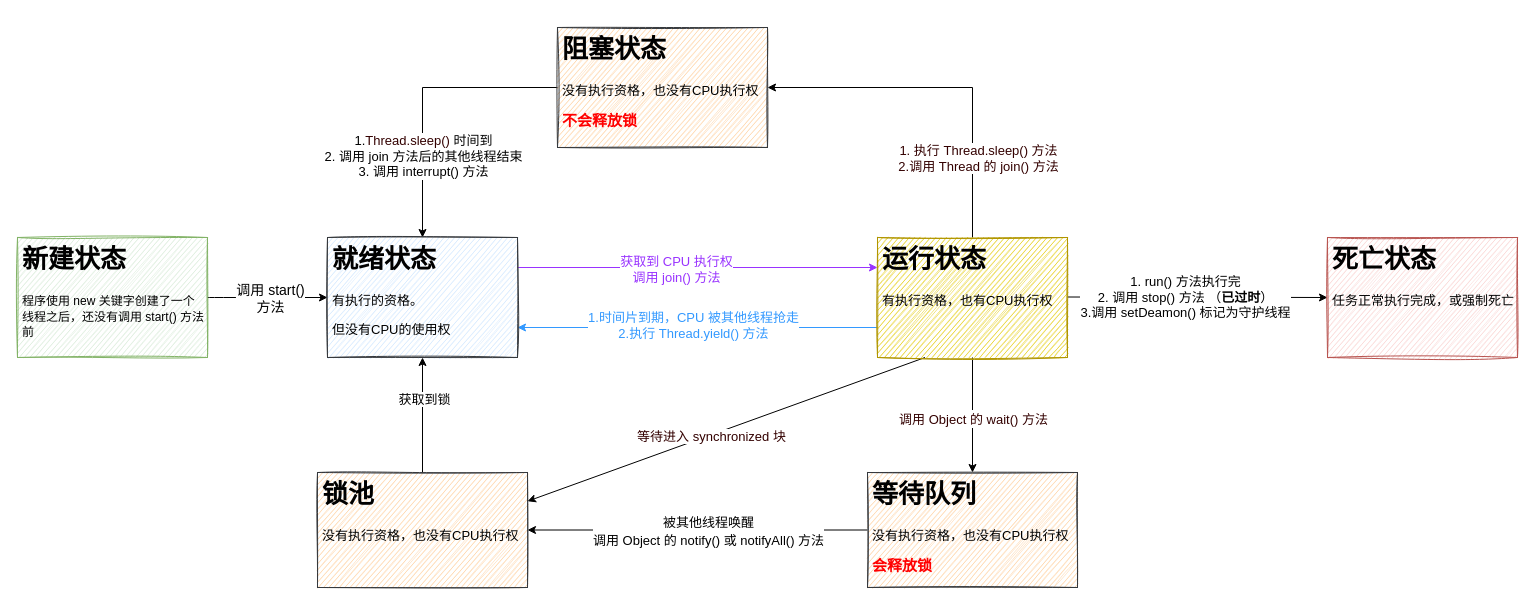
Earlier version of the draw.io diagram resources/attachments/并发编程/并发编程笔记-流程图.drawio (MooNkirA/code-learning-note). Source tidied: cells renumbered, new cells numbered last; positions are measured from the earlier drawing's top-left corner, leaving out a move shared by most shapes. Both pictures are drawn from the tidied source at 100%, with x=0, y=0 at pixel (17, 27).
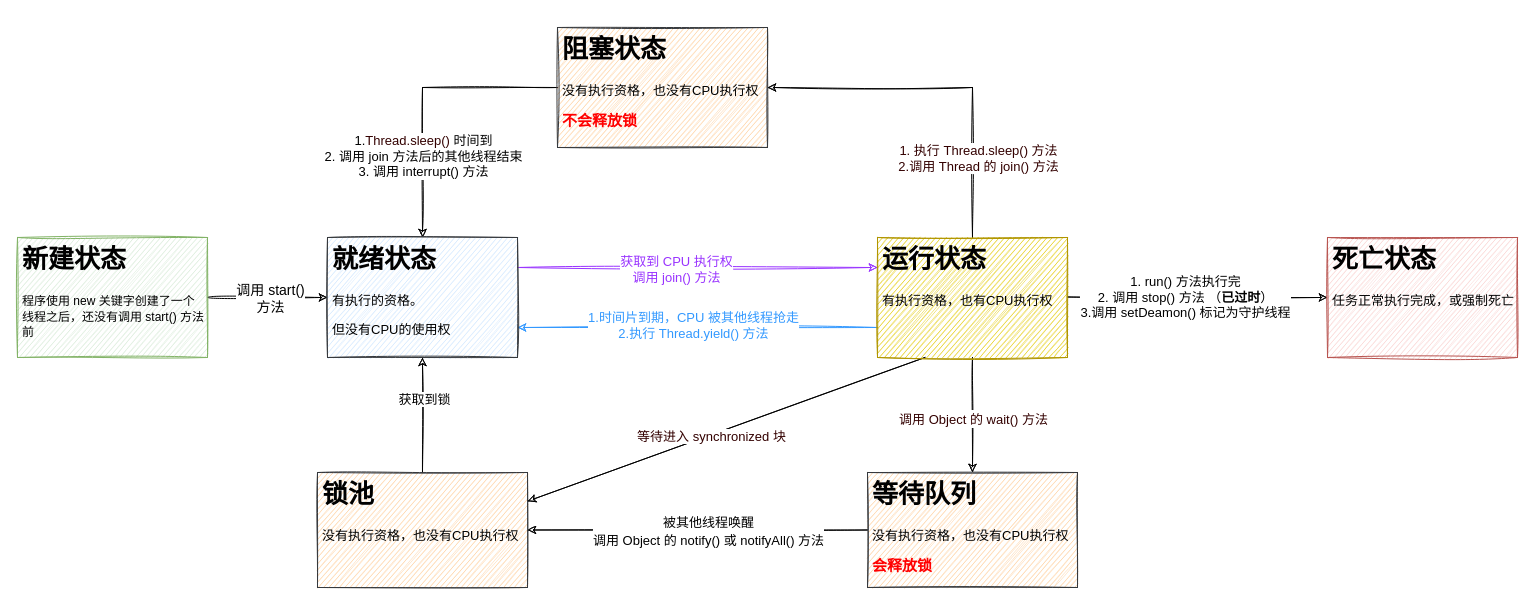
Above is the later version.

The change refers to these unchanged cells:
```xml
<mxCell id="14" value="&lt;h1&gt;就绪状态&lt;/h1&gt;&lt;p&gt;有执行的资格。&lt;/p&gt;&lt;p&gt;但没有CPU的使用权&lt;/p&gt;" style="text;html=1;strokeColor=#36393d;fillColor=#cce5ff;spacing=5;spacingTop=-20;whiteSpace=wrap;overflow=hidden;rounded=0;fontSize=13;shadow=0;glass=0;sketch=1;" parent="1" vertex="1">
  <mxGeometry x="310" y="210" width="190" height="120" as="geometry" />
</mxCell>
<mxCell id="15" value="&lt;h1&gt;新建状态&lt;/h1&gt;&lt;p&gt;&lt;span style=&quot;color: rgb(0, 0, 0); font-size: 12px;&quot;&gt;程序使用 new 关键字创建了一个线程之后，还没有调用 start() 方法前&lt;/span&gt;&lt;br&gt;&lt;/p&gt;" style="text;html=1;strokeColor=#82b366;fillColor=#d5e8d4;spacing=5;spacingTop=-20;whiteSpace=wrap;overflow=hidden;rounded=0;fontSize=13;shadow=0;sketch=1;glass=0;" parent="1" vertex="1">
  <mxGeometry y="210" width="190" height="120" as="geometry" />
</mxCell>
<mxCell id="16" value="&lt;h1&gt;阻塞状态&lt;/h1&gt;&lt;p&gt;没有执行资格，也&lt;span style=&quot;background-color: initial;&quot;&gt;没有CPU执行权&lt;/span&gt;&lt;/p&gt;&lt;p&gt;&lt;b style=&quot;color: rgb(255, 0, 0); font-size: 15px;&quot;&gt;不会释放锁&lt;/b&gt;&lt;span style=&quot;background-color: initial;&quot;&gt;&lt;br&gt;&lt;/span&gt;&lt;/p&gt;" style="text;html=1;strokeColor=#36393d;fillColor=#ffcc99;spacing=5;spacingTop=-20;whiteSpace=wrap;overflow=hidden;rounded=0;fontSize=13;shadow=0;glass=0;sketch=1;" parent="1" vertex="1">
  <mxGeometry x="540" width="210" height="120" as="geometry" />
</mxCell>
<mxCell id="21" value="&lt;h1&gt;运行状态&lt;/h1&gt;&lt;p&gt;有执行资格，也&lt;span style=&quot;background-color: initial;&quot;&gt;有CPU执行权&lt;/span&gt;&lt;br&gt;&lt;/p&gt;" style="text;html=1;strokeColor=#B09500;fillColor=#e3c800;spacing=5;spacingTop=-20;whiteSpace=wrap;overflow=hidden;rounded=0;fontSize=13;shadow=0;glass=0;sketch=1;fontColor=#000000;" parent="1" vertex="1">
  <mxGeometry x="860" y="210" width="190" height="120" as="geometry" />
</mxCell>
<mxCell id="22" value="&lt;h1&gt;&lt;font color=&quot;#000000&quot;&gt;死亡状态&lt;/font&gt;&lt;/h1&gt;&lt;p&gt;&lt;font color=&quot;#000000&quot;&gt;任务正常执行完成，或强制死亡&lt;/font&gt;&lt;/p&gt;" style="text;html=1;strokeColor=#b85450;fillColor=#f8cecc;spacing=5;spacingTop=-20;whiteSpace=wrap;overflow=hidden;rounded=0;fontSize=13;shadow=0;glass=0;sketch=1;" parent="1" vertex="1">
  <mxGeometry x="1310" y="210" width="190" height="120" as="geometry" />
</mxCell>
<mxCell id="25" value="&lt;h1&gt;等待队列&lt;/h1&gt;&lt;p&gt;没有执行资格，也&lt;span style=&quot;background-color: initial;&quot;&gt;没有CPU执行权&lt;/span&gt;&lt;/p&gt;&lt;p&gt;&lt;span style=&quot;background-color: initial;&quot;&gt;&lt;font size=&quot;1&quot; color=&quot;#ff0000&quot;&gt;&lt;b style=&quot;font-size: 15px;&quot;&gt;会释放锁&lt;/b&gt;&lt;/font&gt;&lt;/span&gt;&lt;/p&gt;" style="text;html=1;strokeColor=#36393d;fillColor=#ffcc99;spacing=5;spacingTop=-20;whiteSpace=wrap;overflow=hidden;rounded=0;fontSize=13;shadow=0;glass=0;sketch=1;" parent="1" vertex="1">
  <mxGeometry x="850" y="445" width="210" height="115" as="geometry" />
</mxCell>
<mxCell id="28" value="&lt;h1&gt;锁池&lt;/h1&gt;&lt;p&gt;没有执行资格，也&lt;span style=&quot;background-color: initial;&quot;&gt;没有CPU执行权&lt;/span&gt;&lt;/p&gt;" style="text;html=1;strokeColor=#36393d;fillColor=#ffcc99;spacing=5;spacingTop=-20;whiteSpace=wrap;overflow=hidden;rounded=0;fontSize=13;shadow=0;glass=0;sketch=1;" parent="1" vertex="1">
  <mxGeometry x="300" y="445" width="210" height="115" as="geometry" />
</mxCell>
```

What changed in the source:
```diff
@@
-    <mxCell id="2" style="edgeStyle=orthogonalEdgeStyle;curved=1;rounded=0;jettySize=auto;html=1;entryX=0;entryY=0.5;entryDx=0;entryDy=0;exitX=1;exitY=0.5;exitDx=0;exitDy=0;" parent="1" edge="1" source="15" target="14">
+    <mxCell id="2" style="edgeStyle=orthogonalEdgeStyle;curved=1;rounded=0;jettySize=auto;html=1;entryX=0;entryY=0.5;entryDx=0;entryDy=0;exitX=1;exitY=0.5;exitDx=0;exitDy=0;sketch=1;" parent="1" edge="1" source="15" target="14">
       <mxGeometry relative="1" as="geometry" />
     </mxCell>
@@
-    <mxCell id="4" style="edgeStyle=orthogonalEdgeStyle;rounded=0;jettySize=auto;html=1;entryX=0;entryY=0.25;entryDx=0;entryDy=0;exitX=1;exitY=0.25;exitDx=0;exitDy=0;strokeColor=#9933FF;" parent="1" edge="1" source="14" target="21">
+    <mxCell id="4" style="edgeStyle=orthogonalEdgeStyle;rounded=0;jettySize=auto;html=1;entryX=0;entryY=0.25;entryDx=0;entryDy=0;exitX=1;exitY=0.25;exitDx=0;exitDy=0;strokeColor=#9933FF;sketch=1;" parent="1" edge="1" source="14" target="21">
       <mxGeometry relative="1" as="geometry" />
     </mxCell>
@@
-    <mxCell id="6" style="edgeStyle=orthogonalEdgeStyle;rounded=0;jettySize=auto;html=1;entryX=0.5;entryY=0;entryDx=0;entryDy=0;exitX=0;exitY=0.5;exitDx=0;exitDy=0;" parent="1" edge="1" source="16" target="14">
+    <mxCell id="6" style="edgeStyle=orthogonalEdgeStyle;rounded=0;jettySize=auto;html=1;entryX=0.5;entryY=0;entryDx=0;entryDy=0;exitX=0;exitY=0.5;exitDx=0;exitDy=0;sketch=1;" parent="1" edge="1" source="16" target="14">
       <mxGeometry relative="1" as="geometry" />
     </mxCell>
@@
-    <mxCell id="8" style="edgeStyle=orthogonalEdgeStyle;rounded=0;jettySize=auto;html=1;entryX=0;entryY=0.5;entryDx=0;entryDy=0;" parent="1" edge="1" target="22">
+    <mxCell id="8" style="edgeStyle=orthogonalEdgeStyle;rounded=0;jettySize=auto;html=1;entryX=0;entryY=0.5;entryDx=0;entryDy=0;sketch=1;" parent="1" edge="1" target="22">
       <mxGeometry relative="1" as="geometry">
         <mxPoint x="1050" y="269.5" as="sourcePoint" />
       </mxGeometry>
     </mxCell>
@@
-    <mxCell id="10" style="edgeStyle=orthogonalEdgeStyle;rounded=0;jettySize=auto;html=1;exitX=0;exitY=0.75;exitDx=0;exitDy=0;entryX=1;entryY=0.75;entryDx=0;entryDy=0;strokeColor=#3399FF;" parent="1" edge="1" source="21" target="14">
+    <mxCell id="10" style="edgeStyle=orthogonalEdgeStyle;rounded=0;jettySize=auto;html=1;exitX=0;exitY=0.75;exitDx=0;exitDy=0;entryX=1;entryY=0.75;entryDx=0;entryDy=0;strokeColor=#3399FF;sketch=1;" parent="1" edge="1" source="21" target="14">
       <mxGeometry relative="1" as="geometry" />
     </mxCell>
@@
-    <mxCell id="12" style="edgeStyle=orthogonalEdgeStyle;rounded=0;jettySize=auto;html=1;exitX=0.5;exitY=0;exitDx=0;exitDy=0;entryX=1;entryY=0.5;entryDx=0;entryDy=0;" parent="1" edge="1" source="21" target="16">
+    <mxCell id="12" style="edgeStyle=orthogonalEdgeStyle;rounded=0;jettySize=auto;html=1;exitX=0.5;exitY=0;exitDx=0;exitDy=0;entryX=1;entryY=0.5;entryDx=0;entryDy=0;sketch=1;" parent="1" edge="1" source="21" target="16">
       <mxGeometry relative="1" as="geometry" />
     </mxCell>
@@
-    <mxCell id="17" style="rounded=0;jettySize=auto;html=1;entryX=1;entryY=0.25;entryDx=0;entryDy=0;fontColor=#000000;exitX=0.25;exitY=1;exitDx=0;exitDy=0;" parent="1" edge="1" source="21" target="28">
+    <mxCell id="17" style="rounded=0;jettySize=auto;html=1;entryX=1;entryY=0.25;entryDx=0;entryDy=0;fontColor=#000000;exitX=0.25;exitY=1;exitDx=0;exitDy=0;sketch=1;" parent="1" edge="1" source="21" target="28">
       <mxGeometry relative="1" as="geometry" />
     </mxCell>
@@
-    <mxCell id="19" style="edgeStyle=none;rounded=0;jettySize=auto;html=1;entryX=0.5;entryY=0;entryDx=0;entryDy=0;fontColor=#000000;" parent="1" edge="1" source="21">
+    <mxCell id="19" style="edgeStyle=none;rounded=0;jettySize=auto;html=1;entryX=0.5;entryY=0;entryDx=0;entryDy=0;fontColor=#000000;sketch=1;" parent="1" edge="1" source="21">
       <mxGeometry relative="1" as="geometry">
         <mxPoint x="955" y="445" as="targetPoint" />
       </mxGeometry>
     </mxCell>
@@
-    <mxCell id="23" style="edgeStyle=none;rounded=0;jettySize=auto;html=1;entryX=1;entryY=0.5;entryDx=0;entryDy=0;fontSize=15;fontColor=#FF0000;" parent="1" edge="1" source="25" target="28">
+    <mxCell id="23" style="edgeStyle=none;rounded=0;jettySize=auto;html=1;entryX=1;entryY=0.5;entryDx=0;entryDy=0;fontSize=15;fontColor=#FF0000;sketch=1;" parent="1" edge="1" source="25" target="28">
       <mxGeometry relative="1" as="geometry" />
     </mxCell>
@@
-    <mxCell id="26" style="edgeStyle=none;rounded=0;jettySize=auto;html=1;entryX=0.5;entryY=1;entryDx=0;entryDy=0;fontColor=#000000;" parent="1" edge="1" source="28" target="14">
+    <mxCell id="26" style="edgeStyle=none;rounded=0;jettySize=auto;html=1;entryX=0.5;entryY=1;entryDx=0;entryDy=0;fontColor=#000000;sketch=1;" parent="1" edge="1" source="28" target="14">
       <mxGeometry relative="1" as="geometry" />
     </mxCell>
```
